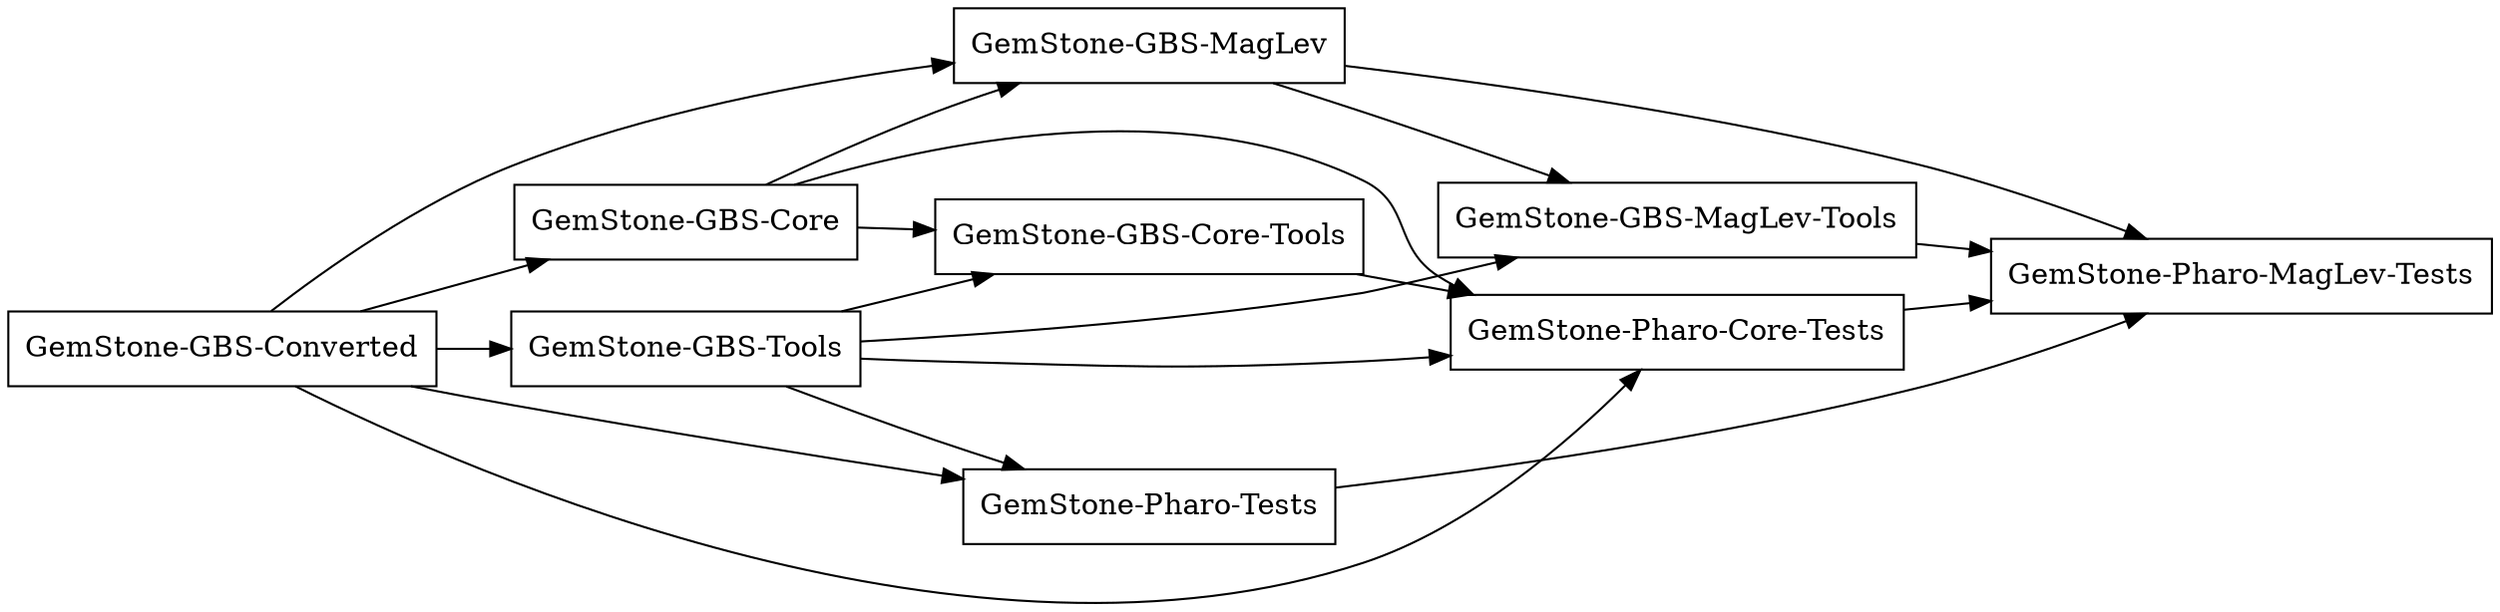
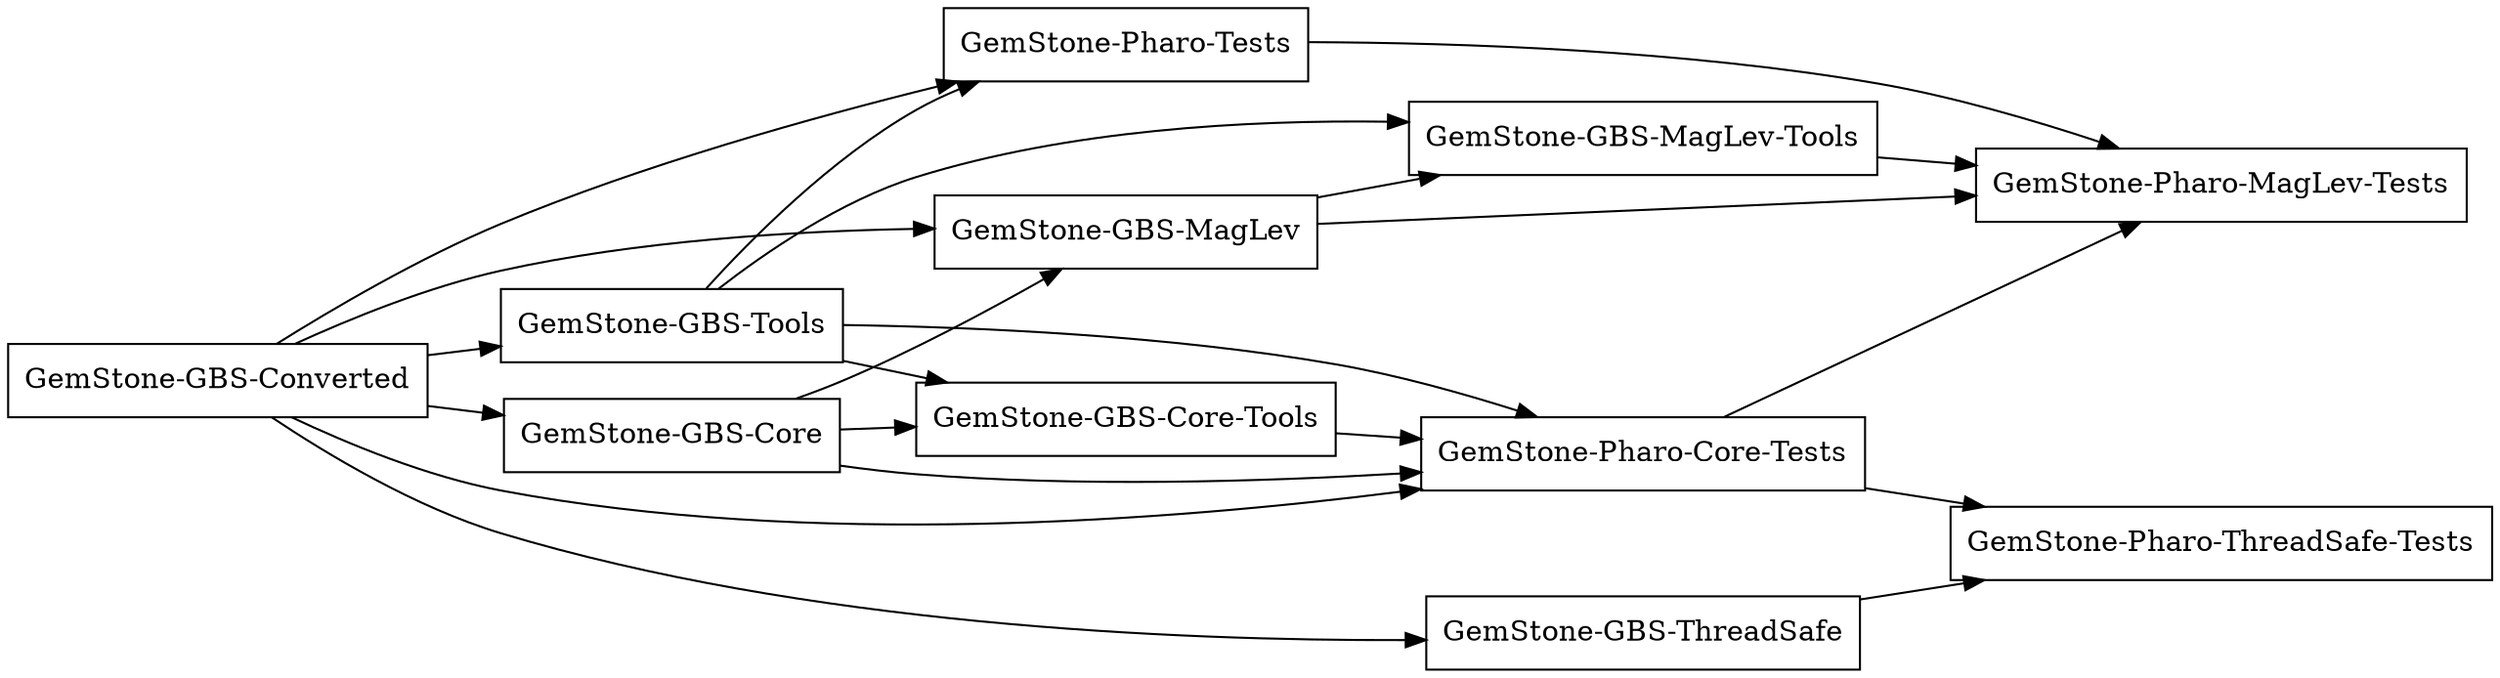
digraph GemStonePharoBridge {
  rankdir=LR;
  node [shape=box];

  "GemStone-GBS-Converted";
  "GemStone-GBS-Core";
  "GemStone-GBS-Tools";
  "GemStone-GBS-Core-Tools";
  "GemStone-GBS-MagLev";
  "GemStone-GBS-MagLev-Tools";
  "GemStone-Pharo-Core-Tests";
  "GemStone-Pharo-MagLev-Tests";
  "GemStone-Pharo-Tests";
+   "GemStone-GBS-ThreadSafe";
+   "GemStone-Pharo-ThreadSafe-Tests";

  "GemStone-GBS-Converted" -> "GemStone-GBS-Core";
  "GemStone-GBS-Converted" -> "GemStone-GBS-Tools";
  "GemStone-GBS-Core" -> "GemStone-GBS-Core-Tools";
  "GemStone-GBS-Tools" -> "GemStone-GBS-Core-Tools";
  "GemStone-GBS-Converted" -> "GemStone-GBS-MagLev";
  "GemStone-GBS-Core" -> "GemStone-GBS-MagLev";
  "GemStone-GBS-Tools" -> "GemStone-GBS-MagLev-Tools";
  "GemStone-GBS-MagLev" -> "GemStone-GBS-MagLev-Tools";
  "GemStone-GBS-Converted" -> "GemStone-Pharo-Core-Tests";
  "GemStone-GBS-Core" -> "GemStone-Pharo-Core-Tests";
  "GemStone-GBS-Tools" -> "GemStone-Pharo-Core-Tests";
  "GemStone-GBS-Core-Tools" -> "GemStone-Pharo-Core-Tests";
  "GemStone-Pharo-Tests" -> "GemStone-Pharo-MagLev-Tests";
  "GemStone-Pharo-Core-Tests" -> "GemStone-Pharo-MagLev-Tests";
  "GemStone-GBS-MagLev" -> "GemStone-Pharo-MagLev-Tests";
  "GemStone-GBS-MagLev-Tools" -> "GemStone-Pharo-MagLev-Tests";
  "GemStone-GBS-Converted" -> "GemStone-Pharo-Tests";
  "GemStone-GBS-Tools" -> "GemStone-Pharo-Tests";
+   "GemStone-GBS-Converted" -> "GemStone-GBS-ThreadSafe";
+   "GemStone-GBS-ThreadSafe" -> "GemStone-Pharo-ThreadSafe-Tests";
+   "GemStone-Pharo-Core-Tests" -> "GemStone-Pharo-ThreadSafe-Tests";
}
